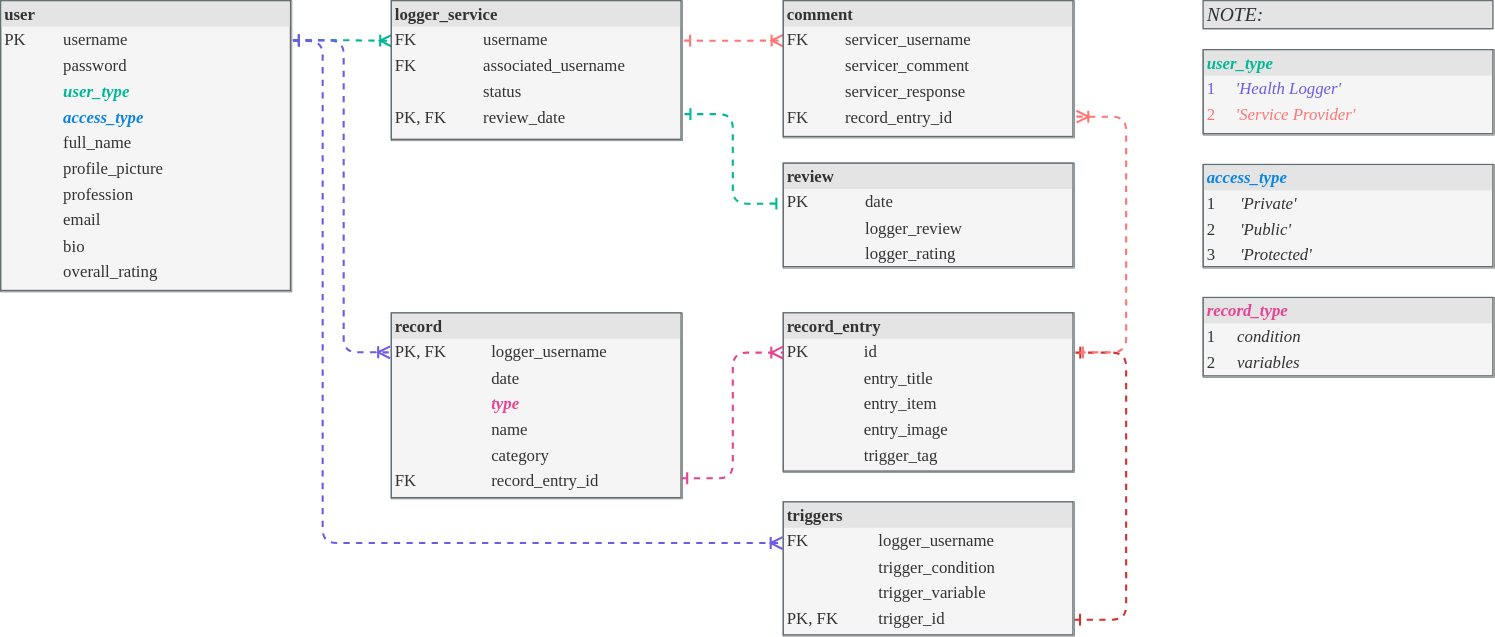
Before: diagrams/database/database_tables_relationships.drawio.svg, a diagram exported from draw.io (mervin-njy/trigg-track-v2). Source tidied: cells renumbered, new cells last; positions are measured from the earlier drawing's top-left corner, leaving out a move shared by most shapes.
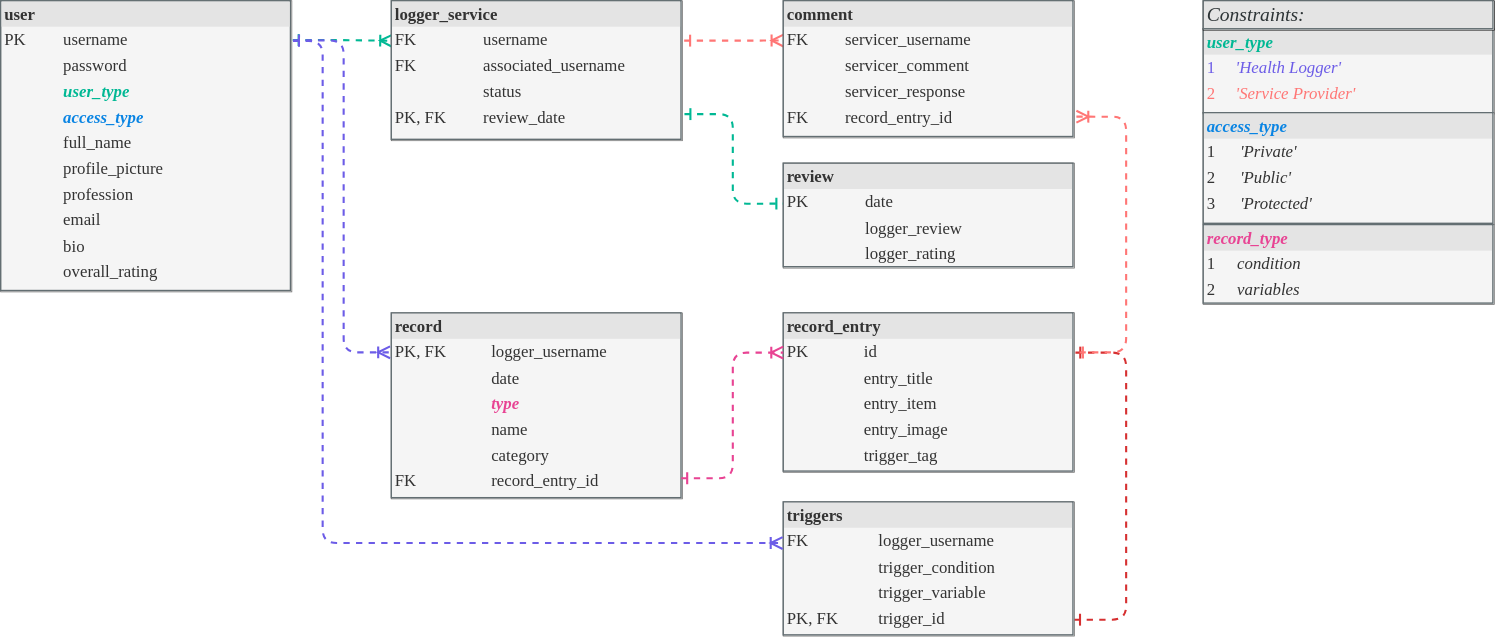
Above is the later version.

The edit, as a diff of the source:
```diff
@@ -71,15 +71,15 @@
       <mxGeometry relative="1" as="geometry" />
     </mxCell>
     <mxCell id="17" value="&lt;div style=&quot;box-sizing: border-box ; width: 100% ; background: #e4e4e4 ; padding: 2px&quot;&gt;&lt;font color=&quot;#00b894&quot;&gt;&lt;b&gt;&lt;i&gt;user_type&lt;/i&gt;&lt;/b&gt;&lt;/font&gt;&lt;/div&gt;&lt;table style=&quot;width: 100% ; font-size: 1em&quot; cellpadding=&quot;2&quot; cellspacing=&quot;0&quot;&gt;&lt;tbody&gt;&lt;tr&gt;&lt;td&gt;&lt;font color=&quot;#6c5ce7&quot;&gt;1&lt;/font&gt;&lt;/td&gt;&lt;td&gt;&lt;i&gt;&lt;font color=&quot;#6c5ce7&quot;&gt;'Health Logger'&lt;/font&gt;&lt;/i&gt;&lt;/td&gt;&lt;/tr&gt;&lt;tr&gt;&lt;td&gt;&lt;font color=&quot;#ff7675&quot;&gt;2&lt;/font&gt;&lt;/td&gt;&lt;td&gt;&lt;i&gt;&lt;font color=&quot;#ff7675&quot;&gt;'Service Provider'&lt;/font&gt;&lt;/i&gt;&lt;/td&gt;&lt;/tr&gt;&lt;/tbody&gt;&lt;/table&gt;" style="verticalAlign=top;align=left;overflow=fill;html=1;rounded=0;shadow=0;comic=0;labelBackgroundColor=none;strokeWidth=0.5;fontFamily=Verdana;fontSize=12;fillColor=#f5f5f5;strokeColor=#666666;fontColor=#333333;glass=0;noLabel=0;labelPadding=0;strokeOpacity=100;perimeterSpacing=0;spacingTop=0;spacing=2;spacingLeft=0;labelBorderColor=#636e72;" parent="1" vertex="1">
-      <mxGeometry x="859" y="35" width="208" height="61" as="geometry" />
+      <mxGeometry x="859" y="20" width="208" height="61" as="geometry" />
     </mxCell>
     <mxCell id="18" value="&lt;div style=&quot;box-sizing: border-box ; width: 100% ; background: #e4e4e4 ; padding: 2px&quot;&gt;&lt;b&gt;&lt;font color=&quot;#0984e3&quot;&gt;&lt;i&gt;access_type&lt;/i&gt;&lt;/font&gt;&lt;/b&gt;&lt;/div&gt;&lt;table style=&quot;width: 100% ; font-size: 1em&quot; cellpadding=&quot;2&quot; cellspacing=&quot;0&quot;&gt;&lt;tbody&gt;&lt;tr&gt;&lt;td&gt;1&lt;/td&gt;&lt;td&gt;&lt;i&gt;'Private'&lt;/i&gt;&lt;/td&gt;&lt;/tr&gt;&lt;tr&gt;&lt;td&gt;2&lt;/td&gt;&lt;td&gt;&lt;i&gt;'Public'&amp;nbsp; &amp;nbsp; &amp;nbsp; &amp;nbsp; &amp;nbsp; &amp;nbsp;&amp;nbsp;&lt;/i&gt;&lt;/td&gt;&lt;/tr&gt;&lt;tr&gt;&lt;td&gt;3&lt;/td&gt;&lt;td&gt;&lt;i&gt;'Protected'&lt;/i&gt;&lt;/td&gt;&lt;/tr&gt;&lt;/tbody&gt;&lt;/table&gt;" style="verticalAlign=top;align=left;overflow=fill;html=1;rounded=0;shadow=0;comic=0;labelBackgroundColor=none;strokeWidth=0.5;fontFamily=Verdana;fontSize=12;fillColor=#f5f5f5;strokeColor=#666666;fontColor=#333333;glass=0;noLabel=0;labelPadding=0;strokeOpacity=100;perimeterSpacing=0;spacingTop=0;spacing=2;spacingLeft=0;labelBorderColor=#636e72;" parent="1" vertex="1">
-      <mxGeometry x="859" y="117" width="208" height="74" as="geometry" />
+      <mxGeometry x="859" y="80" width="208" height="80" as="geometry" />
     </mxCell>
     <mxCell id="19" value="&lt;div style=&quot;box-sizing: border-box ; width: 100% ; background: #e4e4e4 ; padding: 2px&quot;&gt;&lt;b&gt;&lt;i&gt;&lt;font color=&quot;#e84393&quot;&gt;record_type&lt;/font&gt;&lt;/i&gt;&lt;/b&gt;&lt;/div&gt;&lt;table style=&quot;width: 100% ; font-size: 1em&quot; cellpadding=&quot;2&quot; cellspacing=&quot;0&quot;&gt;&lt;tbody&gt;&lt;tr&gt;&lt;td&gt;1&lt;/td&gt;&lt;td&gt;&lt;i&gt;condition&lt;/i&gt;&lt;/td&gt;&lt;/tr&gt;&lt;tr&gt;&lt;td&gt;2&lt;/td&gt;&lt;td&gt;&lt;i&gt;variables&amp;nbsp; &amp;nbsp; &amp;nbsp; &amp;nbsp; &amp;nbsp; &amp;nbsp;&amp;nbsp;&lt;/i&gt;&lt;/td&gt;&lt;/tr&gt;&lt;/tbody&gt;&lt;/table&gt;" style="verticalAlign=top;align=left;overflow=fill;html=1;rounded=0;shadow=0;comic=0;labelBackgroundColor=none;strokeWidth=0.5;fontFamily=Verdana;fontSize=12;fillColor=#f5f5f5;strokeColor=#666666;fontColor=#333333;glass=0;noLabel=0;labelPadding=0;strokeOpacity=100;perimeterSpacing=0;spacingTop=0;spacing=2;spacingLeft=0;labelBorderColor=#636e72;" parent="1" vertex="1">
-      <mxGeometry x="859" y="212" width="208" height="57" as="geometry" />
+      <mxGeometry x="859" y="160" width="208" height="57" as="geometry" />
     </mxCell>
-    <mxCell id="20" value="&lt;div style=&quot;box-sizing: border-box ; width: 100% ; background: #e4e4e4 ; padding: 2px&quot;&gt;&lt;font size=&quot;1&quot; style=&quot;&quot; color=&quot;#2d3436&quot;&gt;&lt;span style=&quot;font-size: 14px;&quot;&gt;&lt;i&gt;NOTE:&lt;/i&gt;&lt;/span&gt;&lt;/font&gt;&lt;table style=&quot;width: 100% ; font-size: 1em&quot; cellpadding=&quot;2&quot; cellspacing=&quot;0&quot;&gt;&lt;/table&gt;&lt;/div&gt;" style="verticalAlign=top;align=left;overflow=fill;html=1;rounded=0;shadow=0;comic=0;labelBackgroundColor=none;strokeWidth=0.5;fontFamily=Verdana;fontSize=12;fillColor=none;strokeColor=none;fontColor=#333333;glass=0;noLabel=0;labelPadding=0;strokeOpacity=100;perimeterSpacing=0;spacingTop=0;spacing=2;spacingLeft=0;labelBorderColor=#636e72;" parent="1" vertex="1">
+    <mxCell id="20" value="&lt;div style=&quot;box-sizing: border-box ; width: 100% ; background: #e4e4e4 ; padding: 2px&quot;&gt;&lt;font size=&quot;1&quot; style=&quot;&quot; color=&quot;#2d3436&quot;&gt;&lt;span style=&quot;font-size: 14px;&quot;&gt;&lt;i&gt;Constraints:&lt;/i&gt;&lt;/span&gt;&lt;/font&gt;&lt;table style=&quot;width: 100% ; font-size: 1em&quot; cellpadding=&quot;2&quot; cellspacing=&quot;0&quot;&gt;&lt;/table&gt;&lt;/div&gt;" style="verticalAlign=top;align=left;overflow=fill;html=1;rounded=0;shadow=0;comic=0;labelBackgroundColor=none;strokeWidth=0.5;fontFamily=Verdana;fontSize=12;fillColor=default;strokeColor=default;fontColor=#333333;glass=0;noLabel=0;labelPadding=0;strokeOpacity=100;perimeterSpacing=0;spacingTop=0;spacing=2;spacingLeft=0;labelBorderColor=#636e72;" parent="1" vertex="1">
       <mxGeometry x="859" width="208" height="21" as="geometry" />
     </mxCell>
   </root>
```
